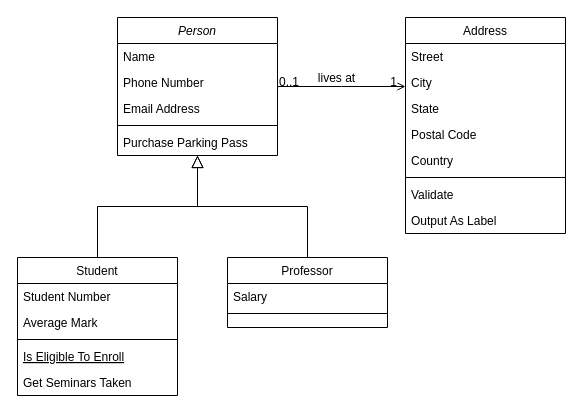
Earlier version of the draw.io diagram JS/Untitled Diagram.drawio (GPAstJS/EstudosJS). Source tidied: cells renumbered, new cells numbered last; positions are measured from the earlier drawing's top-left corner, leaving out a move shared by most shapes. Both pictures are drawn from the tidied source at 100%, with x=0, y=0 at pixel (17, 17).
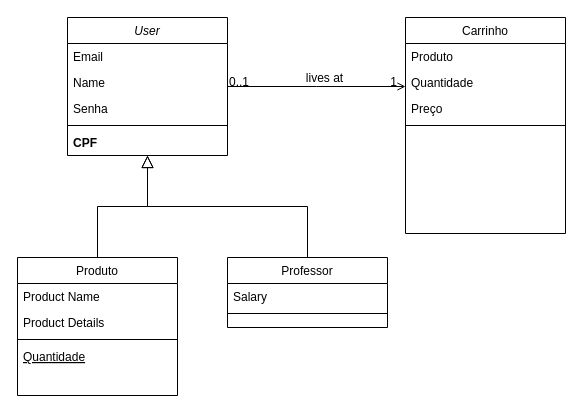
The same diagram, later.

Change to the diagram source:
```diff
@@
-    <mxCell id="2" value="Person" style="swimlane;fontStyle=2;align=center;verticalAlign=top;horizontal=1;startSize=26;rounded=0;shadow=0;strokeWidth=1;" parent="1" vertex="1">
-      <mxGeometry x="100" width="160" height="138" as="geometry" />
+    <mxCell id="2" value="User" style="swimlane;fontStyle=2;align=center;verticalAlign=top;horizontal=1;startSize=26;rounded=0;shadow=0;strokeWidth=1;" parent="1" vertex="1">
+      <mxGeometry x="50" width="160" height="138" as="geometry" />
     </mxCell>
-    <mxCell id="3" value="Name" style="text;align=left;verticalAlign=top;spacingLeft=4;spacingRight=4;overflow=hidden;" parent="2" vertex="1">
+    <mxCell id="3" value="Email&#10;" style="text;align=left;verticalAlign=top;spacingLeft=4;spacingRight=4;overflow=hidden;" parent="2" vertex="1">
       <mxGeometry y="26" width="160" height="26" as="geometry" />
     </mxCell>
-    <mxCell id="4" value="Phone Number" style="text;align=left;verticalAlign=top;spacingLeft=4;spacingRight=4;overflow=hidden;rounded=0;shadow=0;html=0;" parent="2" vertex="1">
+    <mxCell id="4" value="Name&#10;" style="text;align=left;verticalAlign=top;spacingLeft=4;spacingRight=4;overflow=hidden;rounded=0;shadow=0;html=0;" parent="2" vertex="1">
       <mxGeometry y="52" width="160" height="26" as="geometry" />
     </mxCell>
-    <mxCell id="5" value="Email Address" style="text;align=left;verticalAlign=top;spacingLeft=4;spacingRight=4;overflow=hidden;rounded=0;shadow=0;html=0;" parent="2" vertex="1">
+    <mxCell id="5" value="Senha&#10;" style="text;align=left;verticalAlign=top;spacingLeft=4;spacingRight=4;overflow=hidden;rounded=0;shadow=0;html=0;" parent="2" vertex="1">
       <mxGeometry y="78" width="160" height="26" as="geometry" />
     </mxCell>
@@
-    <mxCell id="7" value="Purchase Parking Pass" style="text;align=left;verticalAlign=top;spacingLeft=4;spacingRight=4;overflow=hidden;" parent="2" vertex="1">
+    <mxCell id="7" value="CPF&#10;" style="text;align=left;verticalAlign=top;spacingLeft=4;spacingRight=4;overflow=hidden;fontStyle=1;" parent="2" vertex="1">
       <mxGeometry y="112" width="160" height="26" as="geometry" />
     </mxCell>
-    <mxCell id="8" value="Student" style="swimlane;fontStyle=0;align=center;verticalAlign=top;horizontal=1;startSize=26;rounded=0;shadow=0;strokeWidth=1;" parent="1" vertex="1">
+    <mxCell id="8" value="Produto&#10;" style="swimlane;fontStyle=0;align=center;verticalAlign=top;horizontal=1;startSize=26;rounded=0;shadow=0;strokeWidth=1;" parent="1" vertex="1">
       <mxGeometry y="240" width="160" height="138" as="geometry" />
     </mxCell>
-    <mxCell id="9" value="Student Number" style="text;align=left;verticalAlign=top;spacingLeft=4;spacingRight=4;overflow=hidden;" parent="8" vertex="1">
+    <mxCell id="9" value="Product Name" style="text;align=left;verticalAlign=top;spacingLeft=4;spacingRight=4;overflow=hidden;" parent="8" vertex="1">
       <mxGeometry y="26" width="160" height="26" as="geometry" />
     </mxCell>
-    <mxCell id="10" value="Average Mark" style="text;align=left;verticalAlign=top;spacingLeft=4;spacingRight=4;overflow=hidden;rounded=0;shadow=0;html=0;" parent="8" vertex="1">
+    <mxCell id="10" value="Product Details" style="text;align=left;verticalAlign=top;spacingLeft=4;spacingRight=4;overflow=hidden;rounded=0;shadow=0;html=0;" parent="8" vertex="1">
       <mxGeometry y="52" width="160" height="26" as="geometry" />
     </mxCell>
@@
-    <mxCell id="12" value="Is Eligible To Enroll" style="text;align=left;verticalAlign=top;spacingLeft=4;spacingRight=4;overflow=hidden;fontStyle=4;" parent="8" vertex="1">
+    <mxCell id="12" value="Quantidade&#10;" style="text;align=left;verticalAlign=top;spacingLeft=4;spacingRight=4;overflow=hidden;fontStyle=4;" parent="8" vertex="1">
       <mxGeometry y="86" width="160" height="26" as="geometry" />
     </mxCell>
-    <mxCell id="13" value="Get Seminars Taken" style="text;align=left;verticalAlign=top;spacingLeft=4;spacingRight=4;overflow=hidden;" parent="8" vertex="1">
-      <mxGeometry y="112" width="160" height="26" as="geometry" />
-    </mxCell>
@@
-    <mxCell id="19" value="Address" style="swimlane;fontStyle=0;align=center;verticalAlign=top;horizontal=1;startSize=26;rounded=0;shadow=0;strokeWidth=1;" parent="1" vertex="1">
+    <mxCell id="19" value="Carrinho&#10;" style="swimlane;fontStyle=0;align=center;verticalAlign=top;horizontal=1;startSize=26;rounded=0;shadow=0;strokeWidth=1;" parent="1" vertex="1">
       <mxGeometry x="388" width="160" height="216" as="geometry" />
     </mxCell>
-    <mxCell id="20" value="Street" style="text;align=left;verticalAlign=top;spacingLeft=4;spacingRight=4;overflow=hidden;" parent="19" vertex="1">
+    <mxCell id="20" value="Produto&#10;" style="text;align=left;verticalAlign=top;spacingLeft=4;spacingRight=4;overflow=hidden;" parent="19" vertex="1">
       <mxGeometry y="26" width="160" height="26" as="geometry" />
     </mxCell>
-    <mxCell id="21" value="City" style="text;align=left;verticalAlign=top;spacingLeft=4;spacingRight=4;overflow=hidden;rounded=0;shadow=0;html=0;" parent="19" vertex="1">
+    <mxCell id="21" value="Quantidade&#10;" style="text;align=left;verticalAlign=top;spacingLeft=4;spacingRight=4;overflow=hidden;rounded=0;shadow=0;html=0;" parent="19" vertex="1">
       <mxGeometry y="52" width="160" height="26" as="geometry" />
     </mxCell>
-    <mxCell id="22" value="State" style="text;align=left;verticalAlign=top;spacingLeft=4;spacingRight=4;overflow=hidden;rounded=0;shadow=0;html=0;" parent="19" vertex="1">
+    <mxCell id="22" value="Preço&#10;" style="text;align=left;verticalAlign=top;spacingLeft=4;spacingRight=4;overflow=hidden;rounded=0;shadow=0;html=0;" parent="19" vertex="1">
       <mxGeometry y="78" width="160" height="26" as="geometry" />
     </mxCell>
-    <mxCell id="23" value="Postal Code" style="text;align=left;verticalAlign=top;spacingLeft=4;spacingRight=4;overflow=hidden;rounded=0;shadow=0;html=0;" parent="19" vertex="1">
-      <mxGeometry y="104" width="160" height="26" as="geometry" />
-    </mxCell>
-    <mxCell id="24" value="Country" style="text;align=left;verticalAlign=top;spacingLeft=4;spacingRight=4;overflow=hidden;rounded=0;shadow=0;html=0;" parent="19" vertex="1">
-      <mxGeometry y="130" width="160" height="26" as="geometry" />
-    </mxCell>
     <mxCell id="25" style="line;html=1;strokeWidth=1;align=left;verticalAlign=middle;spacingTop=-1;spacingLeft=3;spacingRight=3;labelPosition=right;" parent="19" vertex="1">
-      <mxGeometry y="156" width="160" height="8" as="geometry" />
+      <mxGeometry y="104" width="160" height="8" as="geometry" />
     </mxCell>
-    <mxCell id="26" value="Validate" style="text;align=left;verticalAlign=top;spacingLeft=4;spacingRight=4;overflow=hidden;" parent="19" vertex="1">
-      <mxGeometry y="164" width="160" height="26" as="geometry" />
-    </mxCell>
-    <mxCell id="27" value="Output As Label" style="text;align=left;verticalAlign=top;spacingLeft=4;spacingRight=4;overflow=hidden;" parent="19" vertex="1">
-      <mxGeometry y="190" width="160" height="26" as="geometry" />
-    </mxCell>
```
